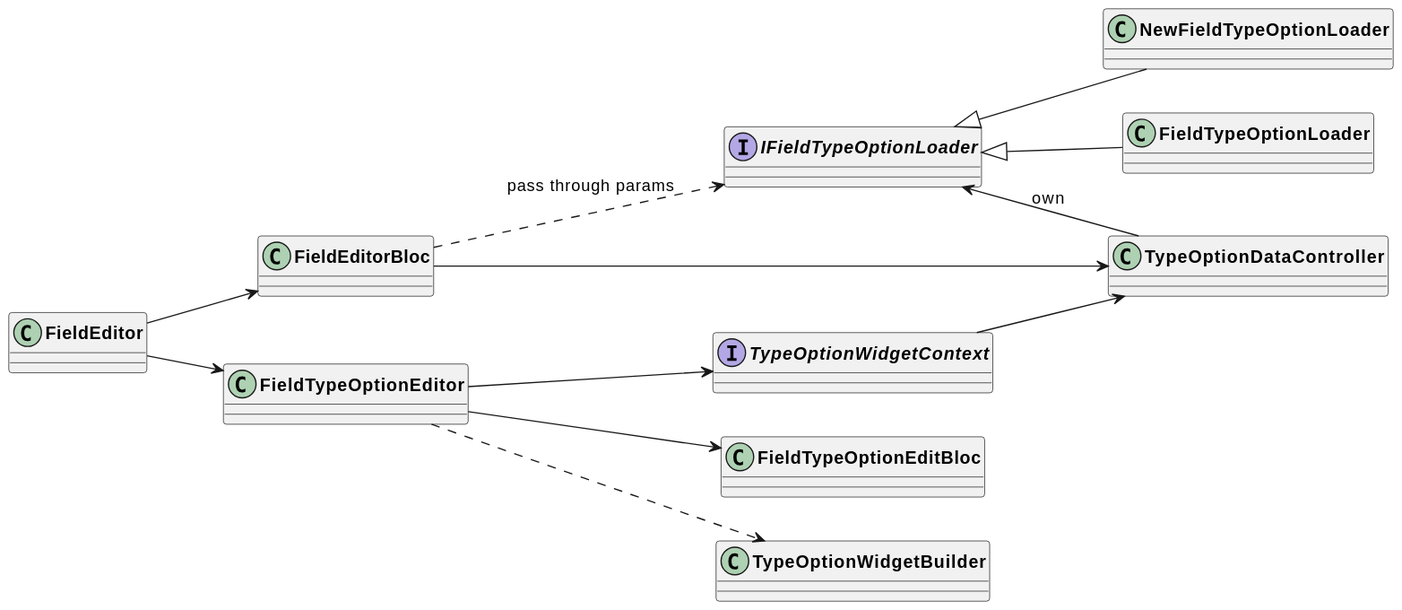
Above: uml/output/Field_Editor.svg in AppFlowy-IO/AppFlowy-Docs (PlantUML), before the change. The source it was exported from:
```plantuml
@startuml Field Editor
skinparam classFontStyle Bold
skinparam ActivityBackgroundColor Silver
skinparam ActivityBorderColor DimGray
left to right direction

interface IFieldTypeOptionLoader
interface TypeOptionWidgetContext

FieldEditor --> FieldEditorBloc
FieldEditor --> FieldTypeOptionEditor

FieldEditorBloc ..> IFieldTypeOptionLoader : pass through params
FieldEditorBloc --> TypeOptionDataController
TypeOptionDataController -u-> IFieldTypeOptionLoader: own
NewFieldTypeOptionLoader -u-|> IFieldTypeOptionLoader
FieldTypeOptionLoader -u-|> IFieldTypeOptionLoader

FieldTypeOptionEditor --> FieldTypeOptionEditBloc
FieldTypeOptionEditor --> TypeOptionWidgetContext
FieldTypeOptionEditor ..> TypeOptionWidgetBuilder

TypeOptionWidgetContext --> TypeOptionDataController
@enduml
```
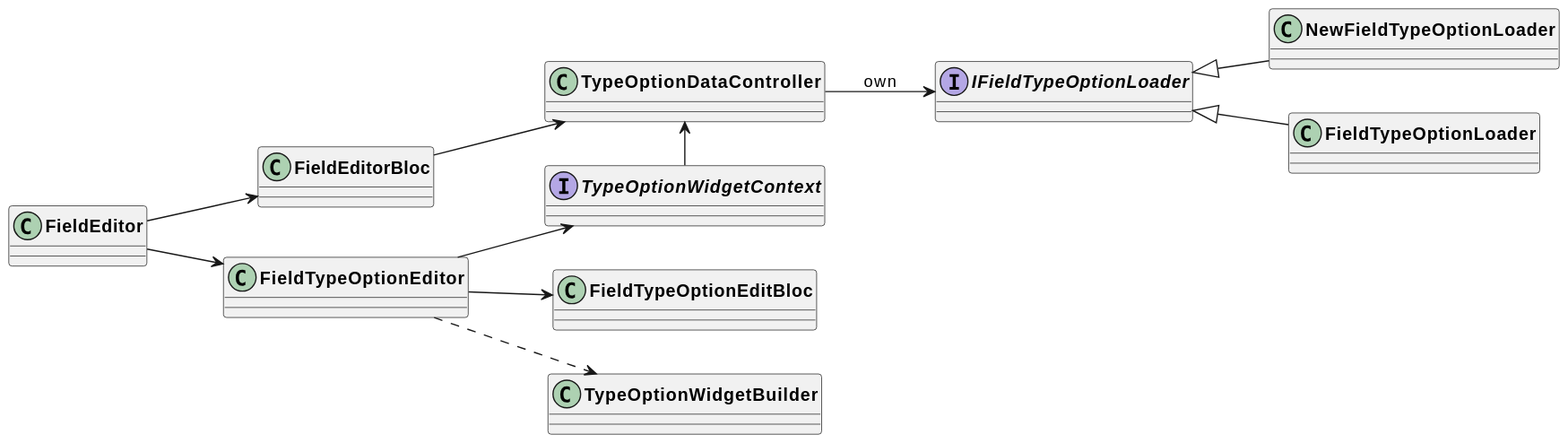
After the change.

Diff of the diagram source:
```diff
@@ -10,9 +10,8 @@
 FieldEditor --> FieldEditorBloc
 FieldEditor --> FieldTypeOptionEditor
 
-FieldEditorBloc ..> IFieldTypeOptionLoader : pass through params
 FieldEditorBloc --> TypeOptionDataController
-TypeOptionDataController -u-> IFieldTypeOptionLoader: own
+TypeOptionDataController --> IFieldTypeOptionLoader: own
 NewFieldTypeOptionLoader -u-|> IFieldTypeOptionLoader
 FieldTypeOptionLoader -u-|> IFieldTypeOptionLoader
 
@@ -20,5 +19,5 @@
 FieldTypeOptionEditor --> TypeOptionWidgetContext
 FieldTypeOptionEditor ..> TypeOptionWidgetBuilder
 
-TypeOptionWidgetContext --> TypeOptionDataController
+TypeOptionWidgetContext -l-> TypeOptionDataController
 @enduml
```
